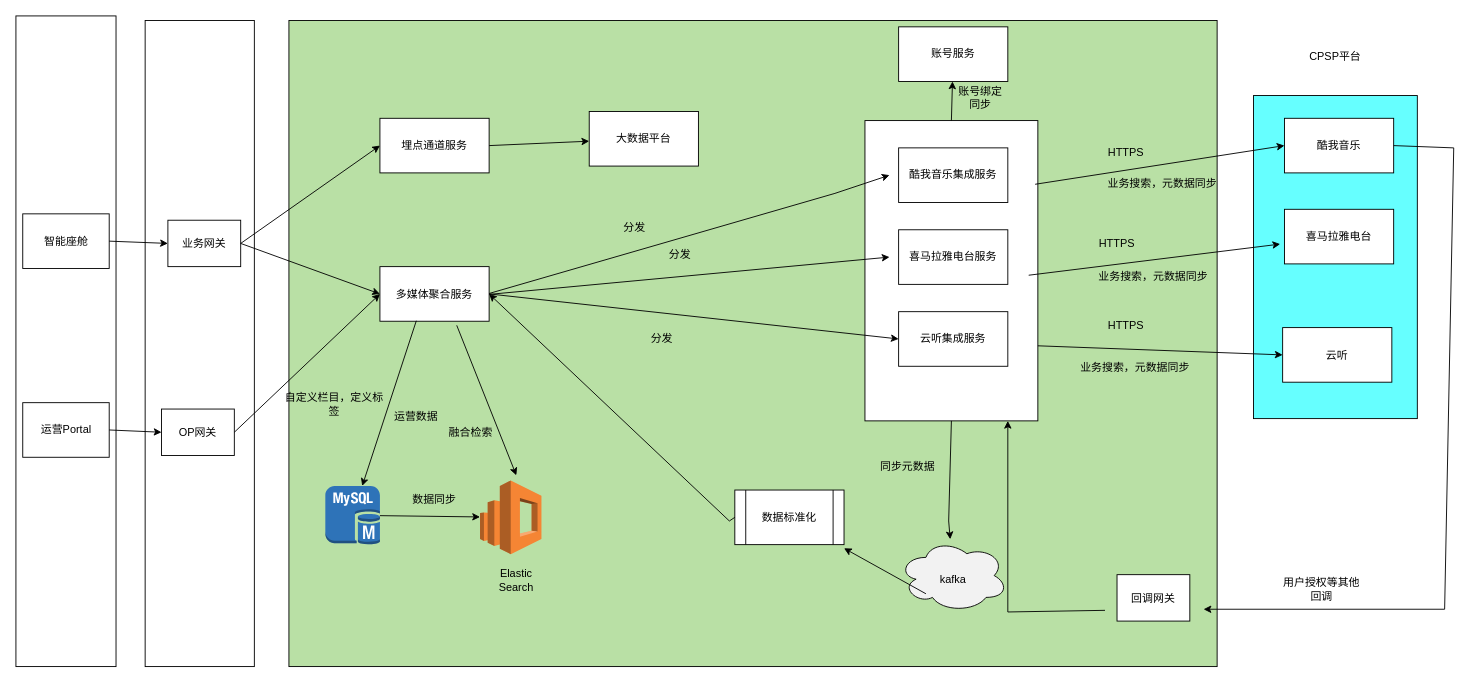
This is ArchitectureDiagram/Copy of cpsp集成设计.drawio from liuyunlong1229/aaa, a draw.io file, before an edit. Source tidied: cells renumbered, new cells numbered last; positions are measured from the earlier drawing's top-left corner, leaving out a move shared by most shapes. Both pictures are drawn from the tidied source at 91%, with x=0, y=0 at pixel (15, 15).
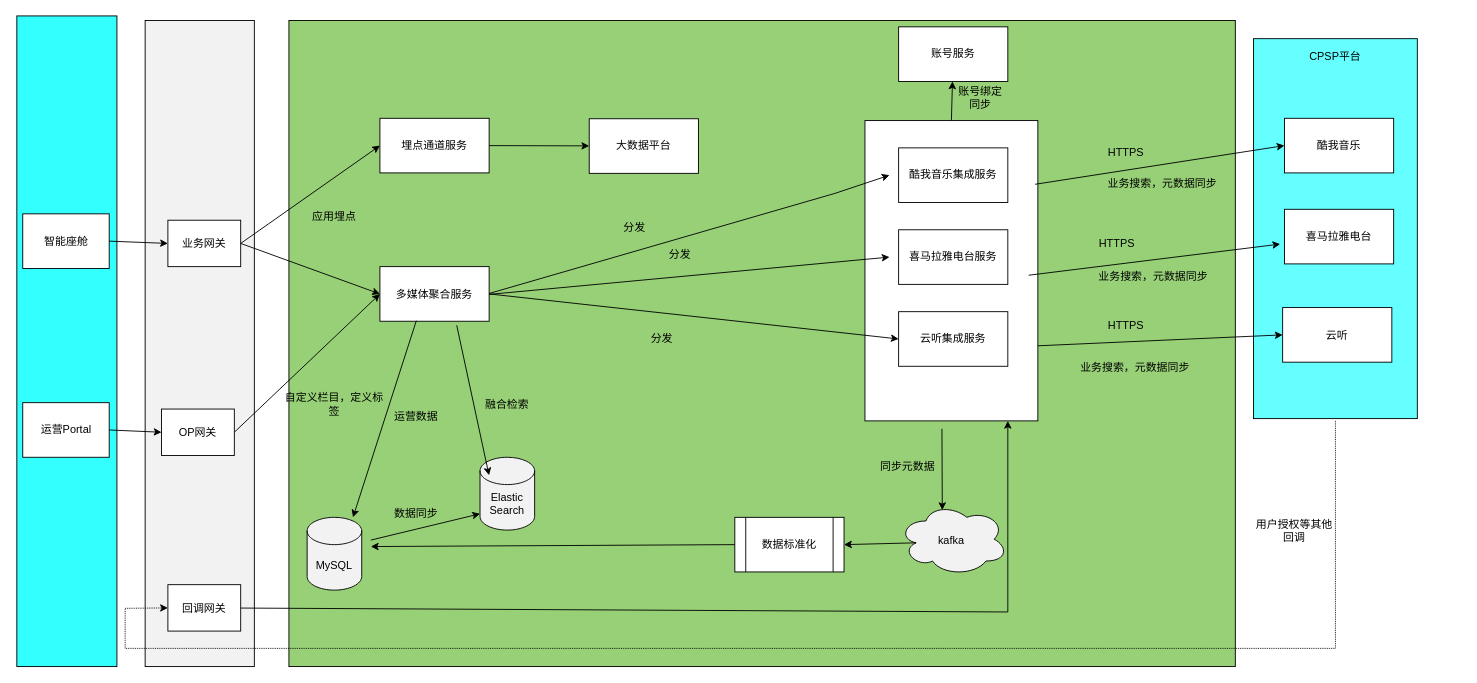
The same page after the edit.

The change refers to these unchanged cells:
```xml
<mxCell id="5" style="rounded=0;whiteSpace=wrap;html=1;" parent="1" vertex="1">
  <mxGeometry x="933" y="115" width="190" height="330" as="geometry" />
</mxCell>
<mxCell id="6" value="酷我音乐" style="rounded=0;whiteSpace=wrap;html=1;" parent="1" vertex="1">
  <mxGeometry x="1394" y="112.5" width="120" height="60" as="geometry" />
</mxCell>
<mxCell id="13" value="多媒体聚合服务" style="rounded=0;whiteSpace=wrap;html=1;" parent="1" vertex="1">
  <mxGeometry x="400" y="275.5" width="120" height="60" as="geometry" />
</mxCell>
```

Change to the diagram source:
```diff
@@
-    <mxCell id="2" style="rounded=0;whiteSpace=wrap;html=1;fillColor=#B9E0A5;" parent="1" vertex="1">
-      <mxGeometry x="300" y="5" width="1020" height="710" as="geometry" />
-    </mxCell>
+    <mxCell id="66" style="shape=cylinder3;whiteSpace=wrap;html=1;boundedLbl=1;backgroundOutline=1;size=15;fillColor=#F2F2F2;" parent="1" vertex="1">
+      <mxGeometry x="510" y="485" width="60" height="80" as="geometry" />
+    </mxCell>
+    <mxCell id="67" style="rounded=0;whiteSpace=wrap;html=1;fillColor=#97D077;" parent="1" vertex="1">
+      <mxGeometry x="300" y="5" width="1040" height="710" as="geometry" />
+    </mxCell>
+    <mxCell id="68" style="shape=cylinder3;whiteSpace=wrap;html=1;boundedLbl=1;backgroundOutline=1;size=15;fillColor=#F2F2F2;" parent="1" vertex="1">
+      <mxGeometry x="510" y="485" width="60" height="80" as="geometry" />
+    </mxCell>
+    <mxCell id="47" style="rounded=0;whiteSpace=wrap;html=1;fillColor=#F2F2F2;" parent="1" vertex="1">
+      <mxGeometry x="142" y="5" width="120" height="710" as="geometry" />
+    </mxCell>
     <mxCell id="3" style="ellipse;shape=cloud;whiteSpace=wrap;html=1;fillColor=#F2F2F2;" parent="1" vertex="1">
-      <mxGeometry x="970" y="575" width="120" height="80" as="geometry" />
+      <mxGeometry x="970" y="535" width="120" height="80" as="geometry" />
     </mxCell>
     <mxCell id="4" style="rounded=0;whiteSpace=wrap;html=1;fillColor=#66FFFF;" parent="1" vertex="1">
-      <mxGeometry x="1360" y="87.5" width="180" height="355" as="geometry" />
+      <mxGeometry x="1360" y="25" width="180" height="417.5" as="geometry" />
     </mxCell>
@@
     <mxCell id="8" value="云听" style="rounded=0;whiteSpace=wrap;html=1;" parent="1" vertex="1">
-      <mxGeometry x="1392" y="342.5" width="120" height="60" as="geometry" />
+      <mxGeometry x="1392" y="320.5" width="120" height="60" as="geometry" />
     </mxCell>
@@
     <mxCell id="17" value="数据标准化" style="shape=process;whiteSpace=wrap;html=1;backgroundOutline=1;" parent="1" vertex="1">
-      <mxGeometry x="790" y="521" width="120" height="60" as="geometry" />
+      <mxGeometry x="790" y="551" width="120" height="60" as="geometry" />
     </mxCell>
@@
-    <mxCell id="21" style="endArrow=classic;html=1;rounded=0;exitX=0.5;exitY=1;exitDx=0;exitDy=0;" parent="1" edge="1" source="5" target="3">
-      <mxGeometry relative="1" as="geometry">
-        <Array as="points">
-          <mxPoint x="1025" y="555" />
-        </Array>
-      </mxGeometry>
-    </mxCell>
     <mxCell id="22" value="kafka" style="text;html=1;strokeColor=none;fillColor=none;align=center;verticalAlign=middle;whiteSpace=wrap;rounded=0;" parent="1" vertex="1">
-      <mxGeometry x="1000" y="605" width="60" height="30" as="geometry" />
+      <mxGeometry x="998" y="561.5" width="60" height="30" as="geometry" />
     </mxCell>
-    <mxCell id="23" style="endArrow=classic;html=1;rounded=0;entryX=0.245;entryY=0.704;entryDx=0;entryDy=0;entryPerimeter=0;" parent="1" edge="1" target="2">
+    <mxCell id="23" style="endArrow=classic;html=1;rounded=0;entryX=0.245;entryY=0.704;entryDx=0;entryDy=0;entryPerimeter=0;" parent="1" edge="1">
       <mxGeometry relative="1" as="geometry">
         <mxPoint x="484.4" y="340" as="sourcePoint" />
+        <mxPoint x="519.9" y="504.8" as="targetPoint" />
       </mxGeometry>
     </mxCell>
-    <mxCell id="24" style="endArrow=classic;html=1;rounded=0;" parent="1" edge="1" source="49" target="54">
-      <mxGeometry relative="1" as="geometry" />
+    <mxCell id="24" style="endArrow=classic;html=1;rounded=0;" parent="1" edge="1">
+      <mxGeometry relative="1" as="geometry">
+        <mxPoint x="390" y="576" as="sourcePoint" />
+        <mxPoint x="510" y="547.1" as="targetPoint" />
+      </mxGeometry>
     </mxCell>
     <mxCell id="25" value="数据同步" style="text;html=1;strokeColor=none;fillColor=none;align=center;verticalAlign=middle;whiteSpace=wrap;rounded=0;" parent="1" vertex="1">
-      <mxGeometry x="430" y="516.5" width="60" height="30" as="geometry" />
+      <mxGeometry x="410" y="531.5" width="60" height="30" as="geometry" />
     </mxCell>
@@
-    <mxCell id="29" style="endArrow=classic;html=1;rounded=0;exitX=1;exitY=0.5;exitDx=0;exitDy=0;entryX=1.051;entryY=0.427;entryDx=0;entryDy=0;entryPerimeter=0;" parent="1" edge="1" source="6">
+    <mxCell id="29" style="endArrow=classic;html=1;rounded=0;entryX=0;entryY=0.5;entryDx=0;entryDy=0;dashed=1;dashPattern=1 1;" parent="1" edge="1" target="52">
       <mxGeometry relative="1" as="geometry">
-        <mxPoint x="1305.1" y="652" as="targetPoint" />
+        <mxPoint x="1450" y="445" as="sourcePoint" />
         <Array as="points">
-          <mxPoint x="1580" y="145" />
-          <mxPoint x="1570" y="652" />
+          <mxPoint x="1450" y="695" />
+          <mxPoint x="120" y="695" />
+          <mxPoint x="120" y="651" />
         </Array>
       </mxGeometry>
     </mxCell>
@@
-    <mxCell id="32" style="endArrow=classic;html=1;rounded=0;exitX=-0.032;exitY=0.438;exitDx=0;exitDy=0;exitPerimeter=0;" parent="1" edge="1">
+    <mxCell id="32" style="endArrow=classic;html=1;rounded=0;" parent="1" edge="1" source="52">
       <mxGeometry relative="1" as="geometry">
-        <mxPoint x="1196.8" y="653.2" as="sourcePoint" />
         <mxPoint x="1090" y="445" as="targetPoint" />
         <Array as="points">
           <mxPoint x="1090" y="655" />
         </Array>
       </mxGeometry>
     </mxCell>
     <mxCell id="33" value="用户授权等其他回调" style="text;html=1;strokeColor=none;fillColor=none;align=center;verticalAlign=middle;whiteSpace=wrap;rounded=0;" parent="1" vertex="1">
-      <mxGeometry x="1390" y="615" width="90" height="30" as="geometry" />
+      <mxGeometry x="1360" y="551" width="90" height="30" as="geometry" />
     </mxCell>
@@
     <mxCell id="35" value="融合检索" style="text;html=1;strokeColor=none;fillColor=none;align=center;verticalAlign=middle;whiteSpace=wrap;rounded=0;" parent="1" vertex="1">
-      <mxGeometry x="470" y="442.5" width="60" height="30" as="geometry" />
+      <mxGeometry x="510" y="412" width="60" height="30" as="geometry" />
     </mxCell>
@@
-    <mxCell id="37" style="endArrow=classic;html=1;rounded=0;exitX=0;exitY=1;exitDx=0;exitDy=0;" parent="1" edge="1" source="22">
-      <mxGeometry relative="1" as="geometry">
-        <mxPoint x="910" y="585" as="targetPoint" />
-      </mxGeometry>
+    <mxCell id="37" style="endArrow=classic;html=1;rounded=0;exitX=0.16;exitY=0.55;exitDx=0;exitDy=0;exitPerimeter=0;entryX=1;entryY=0.5;entryDx=0;entryDy=0;" parent="1" edge="1" source="3" target="17">
+      <mxGeometry relative="1" as="geometry" />
     </mxCell>
@@
-    <mxCell id="42" style="endArrow=classic;html=1;rounded=0;entryX=1;entryY=0.5;entryDx=0;entryDy=0;exitX=0;exitY=0.5;exitDx=0;exitDy=0;" parent="1" edge="1" source="17" target="13">
-      <mxGeometry relative="1" as="geometry">
-        <Array as="points">
-          <mxPoint x="784" y="555" />
-        </Array>
-      </mxGeometry>
-    </mxCell>
@@
-    <mxCell id="44" style="rounded=0;whiteSpace=wrap;html=1;" parent="1" vertex="1">
-      <mxGeometry width="110" height="715" as="geometry" />
+    <mxCell id="44" style="rounded=0;whiteSpace=wrap;html=1;fillColor=#33FFFF;" parent="1" vertex="1">
+      <mxGeometry x="1" width="110" height="715" as="geometry" />
     </mxCell>
@@
-    <mxCell id="47" style="rounded=0;whiteSpace=wrap;html=1;" parent="1" vertex="1">
-      <mxGeometry x="142" y="5" width="120" height="710" as="geometry" />
-    </mxCell>
@@
-    <mxCell id="49" style="outlineConnect=0;dashed=0;verticalLabelPosition=bottom;verticalAlign=top;align=center;html=1;shape=mxgraph.aws3.mysql_db_instance;fillColor=#2E73B8;gradientColor=none;" parent="1" vertex="1">
-      <mxGeometry x="340" y="516.5" width="60" height="64.5" as="geometry" />
-    </mxCell>
@@
     <mxCell id="52" value="回调网关" style="rounded=0;whiteSpace=wrap;html=1;" parent="1" vertex="1">
-      <mxGeometry x="1210" y="614" width="80" height="51" as="geometry" />
+      <mxGeometry x="167" y="625" width="80" height="51" as="geometry" />
     </mxCell>
@@
-    <mxCell id="54" style="outlineConnect=0;dashed=0;verticalLabelPosition=bottom;verticalAlign=top;align=center;html=1;shape=mxgraph.aws3.elasticsearch_service;fillColor=#F58534;gradientColor=none;" parent="1" vertex="1">
-      <mxGeometry x="510" y="510.5" width="67.5" height="81" as="geometry" />
-    </mxCell>
     <mxCell id="55" value="Elastic Search" style="text;html=1;strokeColor=none;fillColor=none;align=center;verticalAlign=middle;whiteSpace=wrap;rounded=0;" parent="1" vertex="1">
-      <mxGeometry x="520" y="605" width="60" height="30" as="geometry" />
+      <mxGeometry x="510" y="521" width="60" height="30" as="geometry" />
     </mxCell>
-    <mxCell id="56" style="endArrow=classic;html=1;rounded=0;" parent="1" edge="1" target="49">
+    <mxCell id="56" style="endArrow=classic;html=1;rounded=0;" parent="1" edge="1">
       <mxGeometry relative="1" as="geometry">
         <mxPoint x="440" y="335" as="sourcePoint" />
+        <mxPoint x="370.4" y="551" as="targetPoint" />
       </mxGeometry>
     </mxCell>
@@
     <mxCell id="60" value="大数据平台" style="rounded=0;whiteSpace=wrap;html=1;" parent="1" vertex="1">
-      <mxGeometry x="630" y="105" width="120" height="60" as="geometry" />
+      <mxGeometry x="630" y="113" width="120" height="60" as="geometry" />
     </mxCell>
@@
+    <mxCell id="69" style="endArrow=classic;html=1;rounded=0;exitX=0.69;exitY=0.632;exitDx=0;exitDy=0;exitPerimeter=0;entryX=0.4;entryY=0.1;entryDx=0;entryDy=0;entryPerimeter=0;" parent="1" edge="1" source="67" target="3">
+      <mxGeometry relative="1" as="geometry" />
+    </mxCell>
+    <mxCell id="70" style="endArrow=classic;html=1;rounded=0;exitX=0;exitY=0.5;exitDx=0;exitDy=0;" parent="1" edge="1" source="17">
+      <mxGeometry relative="1" as="geometry">
+        <mxPoint x="390" y="583.1" as="targetPoint" />
+      </mxGeometry>
+    </mxCell>
+    <mxCell id="71" value="MySQL" style="shape=cylinder3;whiteSpace=wrap;html=1;boundedLbl=1;backgroundOutline=1;size=15;fillColor=#F2F2F2;" parent="1" vertex="1">
+      <mxGeometry x="320" y="551" width="60" height="80" as="geometry" />
+    </mxCell>
+    <mxCell id="72" value="应用埋点" style="text;html=1;strokeColor=none;fillColor=none;align=center;verticalAlign=middle;whiteSpace=wrap;rounded=0;" parent="1" vertex="1">
+      <mxGeometry x="320" y="206" width="60" height="30" as="geometry" />
+    </mxCell>
```
